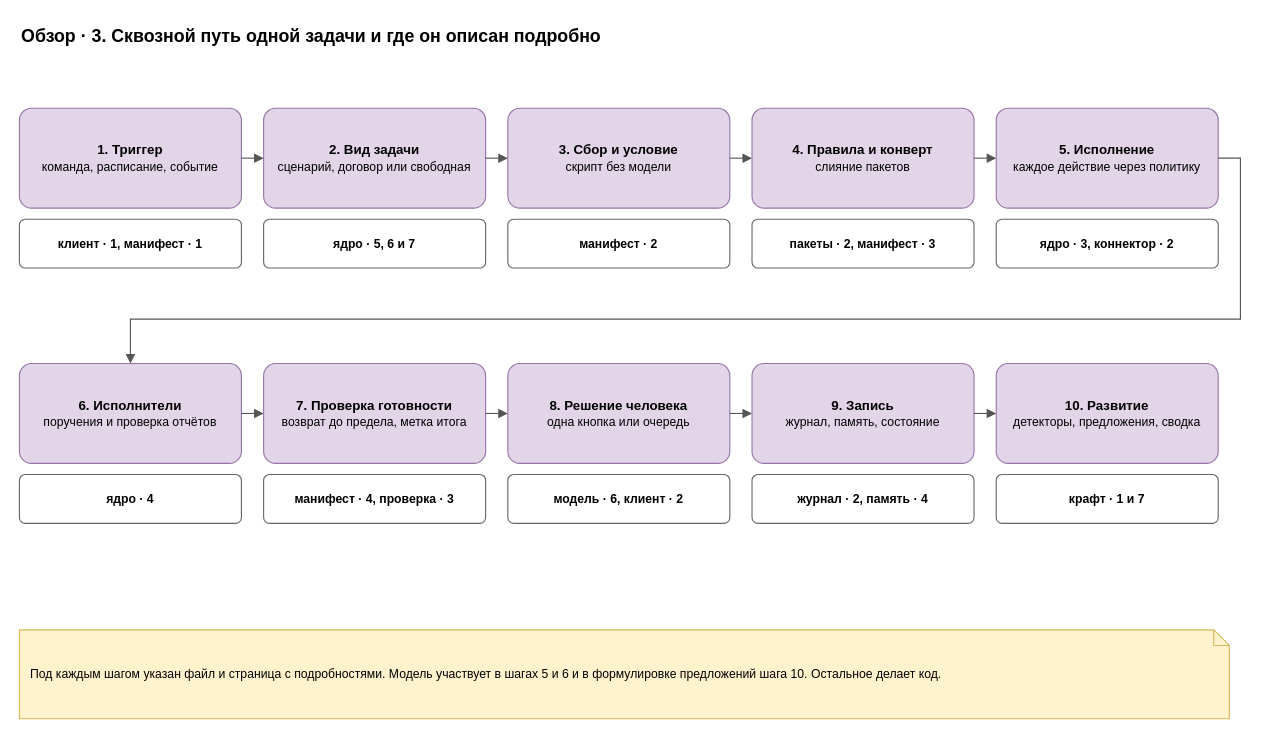
Above: page "3. Сквозной путь" (3 of 7) of docs/spec/harness-overview.drawio in roygkov/reins (draw.io), before the change. Source tidied: cells renumbered, new cells numbered last; positions are measured from the earlier drawing's top-left corner, leaving out a move shared by most shapes. Both pictures are drawn from the tidied source at 111%, with x=0, y=0 at pixel (19, 19).
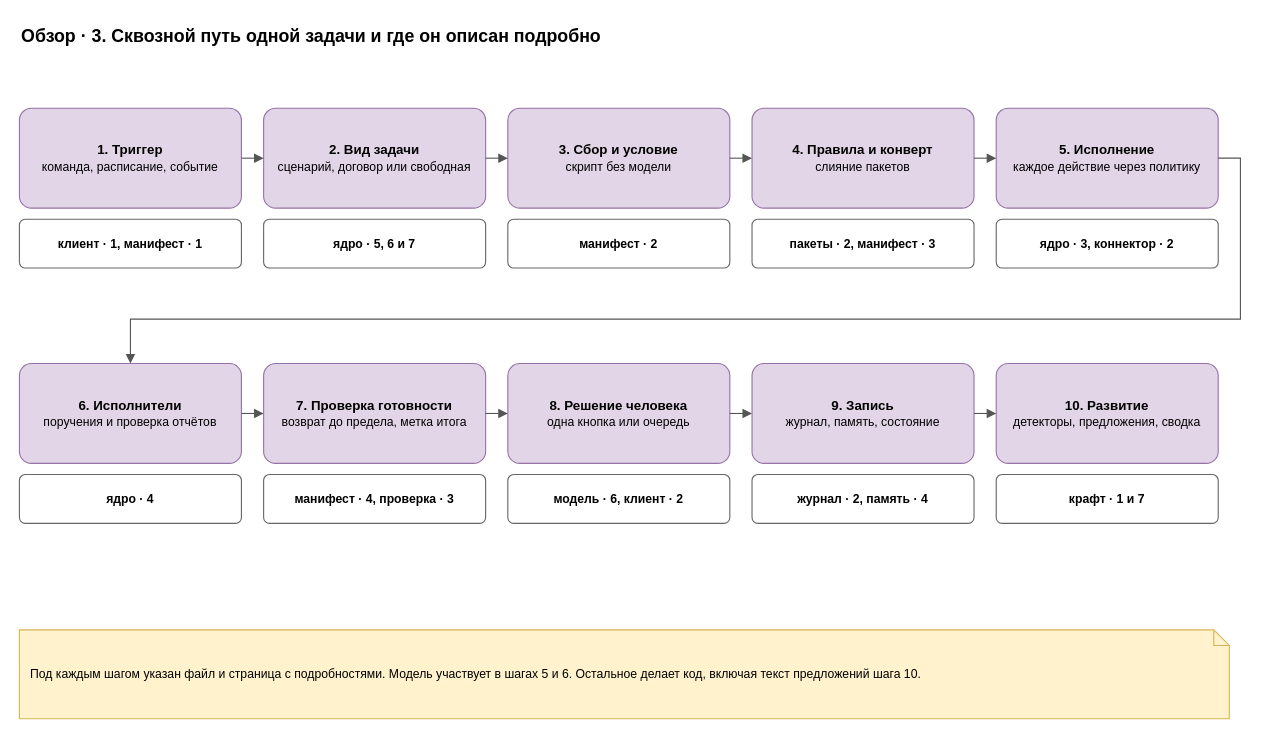
The same diagram, later.

Diff of the diagram source:
```diff
@@
-    <mxCell id="32" value="Под каждым шагом указан файл и страница с подробностями. Модель участвует в шагах 5 и 6 и в формулировке предложений шага 10. Остальное делает код." style="shape=note;whiteSpace=wrap;html=1;backgroundOutline=1;size=14;fillColor=#fff2cc;strokeColor=#d6b656;align=left;spacingLeft=8;spacingRight=8;fontSize=11;" parent="1" vertex="1">
+    <mxCell id="32" value="Под каждым шагом указан файл и страница с подробностями. Модель участвует в шагах 5 и 6. Остальное делает код, включая текст предложений шага 10." style="shape=note;whiteSpace=wrap;html=1;backgroundOutline=1;size=14;fillColor=#fff2cc;strokeColor=#d6b656;align=left;spacingLeft=8;spacingRight=8;fontSize=11;" parent="1" vertex="1">
       <mxGeometry y="550" width="1090" height="80" as="geometry" />
     </mxCell>
```
